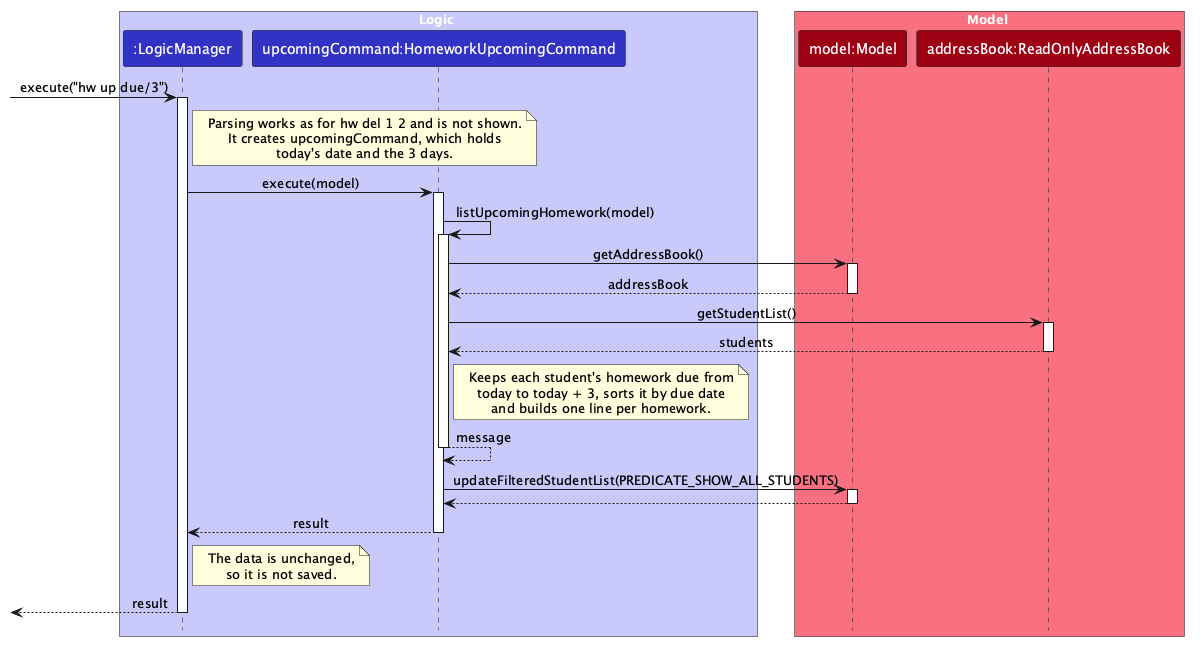
The PlantUML diagram docs/images/HomeworkUpcomingSequenceDiagram.png in Alexc09/tp, before a commit.
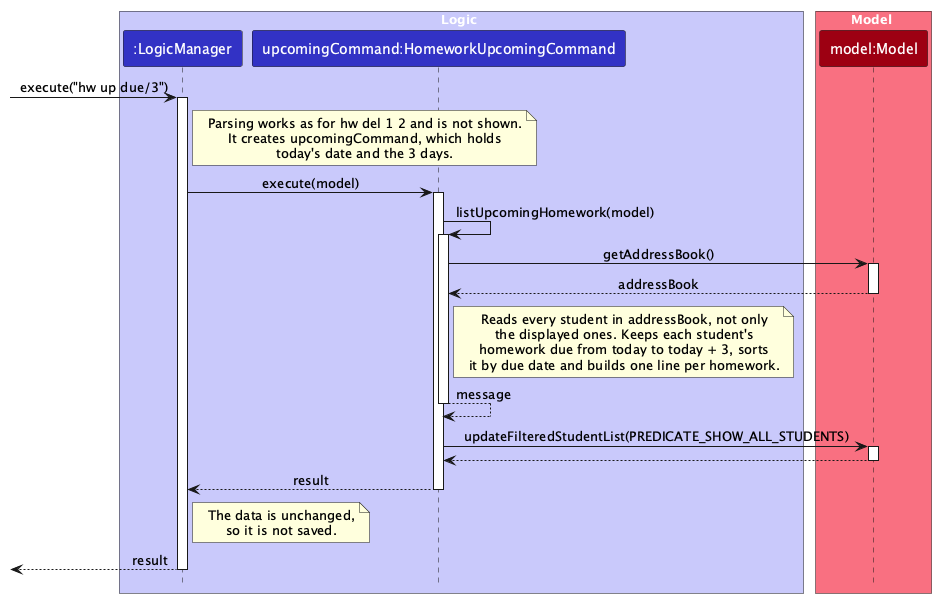
The same file after the commit.

Commit message:
DG: Use one Model lifeline in upcoming diagram

The homework upcoming sequence diagram has two lifelines in the Model
box, model:Model and addressBook:ReadOnlyAddressBook. It then shows
the internals of both Logic and Model, while each sequence diagram
should show the internals of one component only.

Let's keep only model:Model, and say in the note that the command
reads every student in addressBook, not only the displayed ones.

The edit, as a diff of the source:
```diff
@@ -9,7 +9,6 @@
 
 box Model MODEL_COLOR_T1
 participant "model:Model" as Model MODEL_COLOR
-participant "addressBook:ReadOnlyAddressBook" as AddressBook MODEL_COLOR
 end box
 
 [-> LogicManager : execute("hw up due/3")
@@ -33,16 +32,11 @@
 Model --> HomeworkUpcomingCommand : addressBook
 deactivate Model
 
-HomeworkUpcomingCommand -> AddressBook : getStudentList()
-activate AddressBook
-
-AddressBook --> HomeworkUpcomingCommand : students
-deactivate AddressBook
-
 note right of HomeworkUpcomingCommand
-  Keeps each student's homework due from
-  today to today + 3, sorts it by due date
-  and builds one line per homework.
+  Reads every student in addressBook, not only
+  the displayed ones. Keeps each student's
+  homework due from today to today + 3, sorts
+  it by due date and builds one line per homework.
 end note
 
 HomeworkUpcomingCommand --> HomeworkUpcomingCommand : message
```
